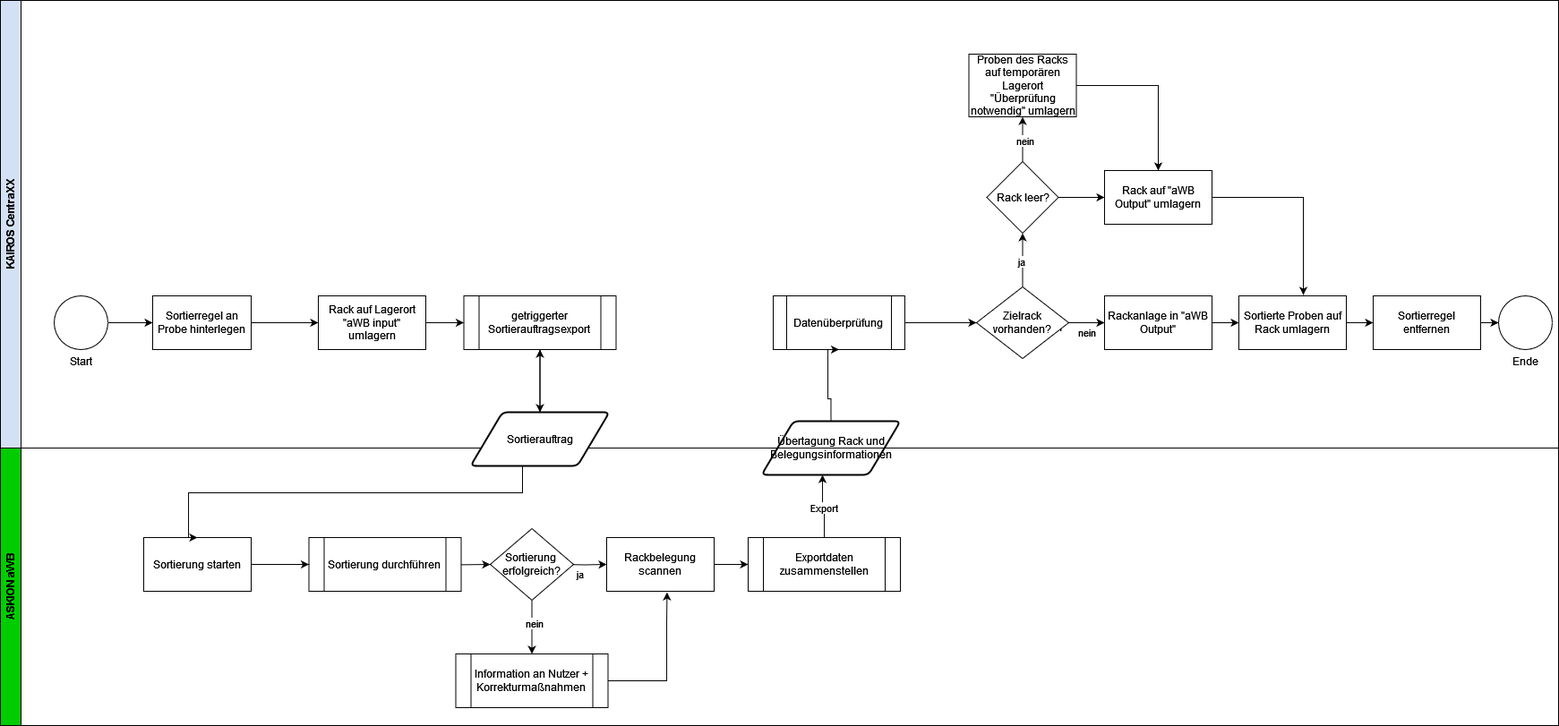
Earlier version of the draw.io export Unbenanntes Diagramm.drawio.png (schattschneiderm/ikcl). Source tidied: cells renumbered, new cells last; positions are measured from the earlier drawing's top-left corner, leaving out a move shared by most shapes.
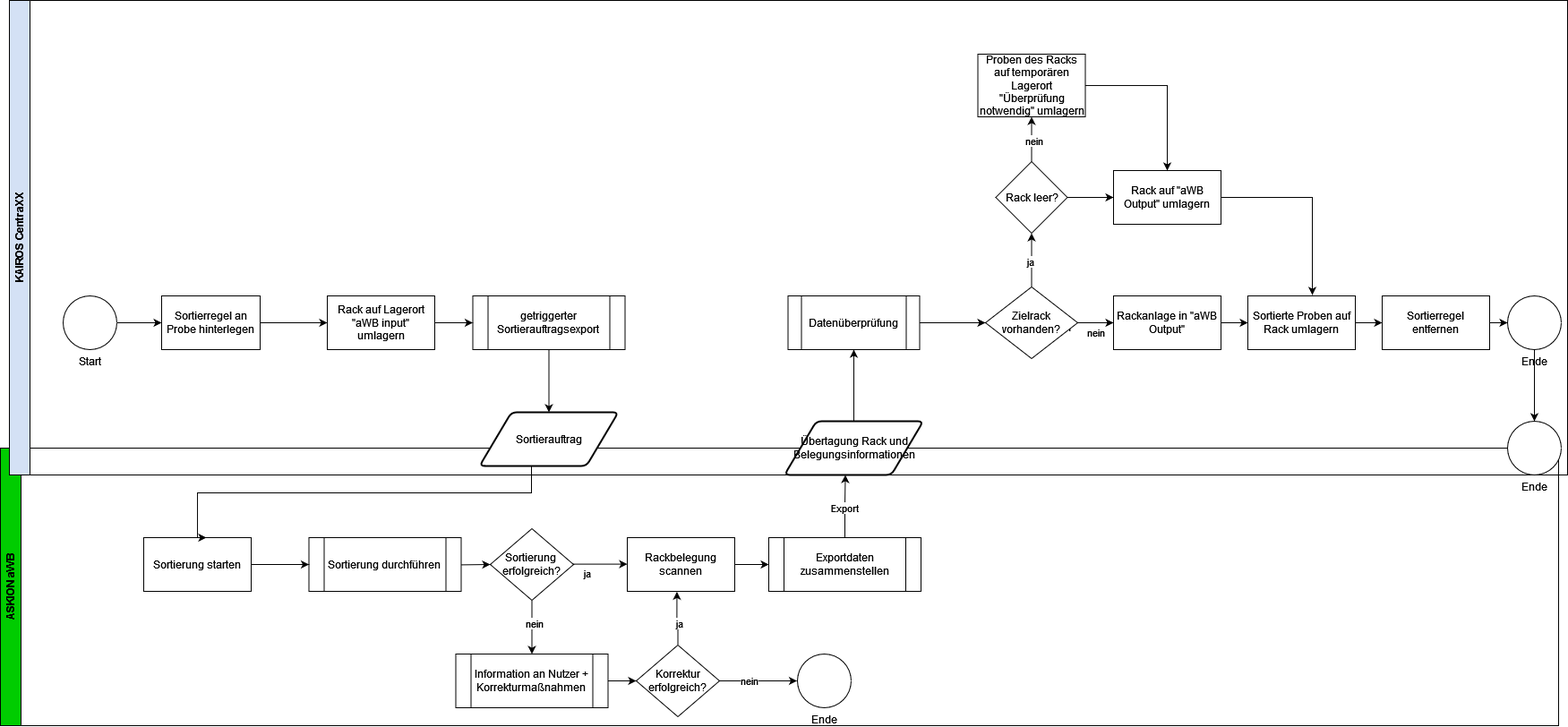
The same diagram one commit later.

The edit, as a diff of the source:
```diff
@@ -3,7 +3,7 @@
     <mxCell id="0" />
     <mxCell id="1" parent="0" />
     <mxCell id="2" value="ASKION aWB" style="swimlane;horizontal=0;whiteSpace=wrap;html=1;fillColor=#00CC00;" parent="1" vertex="1">
-      <mxGeometry y="500" width="1740" height="310" as="geometry" />
+      <mxGeometry x="-10" y="500" width="1740" height="310" as="geometry" />
     </mxCell>
     <mxCell id="3" value="Sortierung starten" style="rounded=0;whiteSpace=wrap;html=1;" parent="2" vertex="1">
       <mxGeometry x="160" y="100" width="120" height="60" as="geometry" />
@@ -14,9 +14,10 @@
     <mxCell id="5" value="nein" style="edgeLabel;html=1;align=center;verticalAlign=middle;" parent="4" vertex="1">
       <mxGeometry x="-0.16" y="2" relative="1" as="geometry" />
     </mxCell>
-    <mxCell id="6" style="edgeStyle=orthogonalEdgeStyle;rounded=0;jettySize=auto;html=1;entryX=0;entryY=0.5;entryDx=0;entryDy=0;" parent="2" edge="1" target="12">
+    <mxCell id="6" style="edgeStyle=orthogonalEdgeStyle;rounded=0;orthogonalLoop=1;jettySize=auto;html=1;entryX=0;entryY=0.5;entryDx=0;entryDy=0;" parent="2" edge="1">
       <mxGeometry relative="1" as="geometry">
-        <mxPoint x="627" y="130" as="sourcePoint" />
+        <mxPoint x="627" y="129.6" as="sourcePoint" />
+        <mxPoint x="700" y="129.6" as="targetPoint" />
       </mxGeometry>
     </mxCell>
     <mxCell id="7" value="ja" style="edgeLabel;html=1;align=center;verticalAlign=middle;" parent="6" vertex="1">
@@ -32,6 +33,9 @@
         <mxPoint x="467" y="130" as="sourcePoint" />
       </mxGeometry>
     </mxCell>
+    <mxCell id="55" style="edgeStyle=orthogonalEdgeStyle;rounded=0;jettySize=auto;html=1;entryX=0;entryY=0.5;entryDx=0;entryDy=0;" parent="2" edge="1" source="10" target="58">
+      <mxGeometry relative="1" as="geometry" />
+    </mxCell>
     <mxCell id="10" value="Information an Nutzer + Korrekturmaßnahmen" style="shape=process;whiteSpace=wrap;html=1;backgroundOutline=1;" parent="2" vertex="1">
       <mxGeometry x="508.5" y="230" width="170" height="60" as="geometry" />
     </mxCell>
@@ -39,37 +43,43 @@
       <mxGeometry relative="1" as="geometry" />
     </mxCell>
     <mxCell id="12" value="Rackbelegung scannen" style="whiteSpace=wrap;html=1;" parent="2" vertex="1">
-      <mxGeometry x="677" y="100" width="120" height="60" as="geometry" />
+      <mxGeometry x="700" y="100" width="120" height="60" as="geometry" />
     </mxCell>
     <mxCell id="13" value="Exportdaten zusammenstellen" style="shape=process;whiteSpace=wrap;html=1;backgroundOutline=1;" parent="2" vertex="1">
-      <mxGeometry x="835" y="100" width="170" height="60" as="geometry" />
+      <mxGeometry x="858" y="100" width="170" height="60" as="geometry" />
     </mxCell>
-    <mxCell id="14" style="edgeStyle=orthogonalEdgeStyle;rounded=0;jettySize=auto;html=1;entryX=0.439;entryY=1;entryDx=0;entryDy=0;entryPerimeter=0;" parent="2" edge="1" source="13" target="19">
-      <mxGeometry relative="1" as="geometry" />
-    </mxCell>
-    <mxCell id="15" value="Export" style="edgeLabel;html=1;align=center;verticalAlign=middle;" parent="14" vertex="1">
-      <mxGeometry x="-0.06" relative="1" as="geometry" />
-    </mxCell>
     <mxCell id="16" value="Sortierung durchführen" style="shape=process;whiteSpace=wrap;html=1;backgroundOutline=1;" parent="2" vertex="1">
       <mxGeometry x="344.5" y="100" width="170" height="60" as="geometry" />
     </mxCell>
     <mxCell id="17" style="edgeStyle=orthogonalEdgeStyle;rounded=0;jettySize=auto;html=1;" parent="2" edge="1" source="3" target="16">
       <mxGeometry relative="1" as="geometry" />
     </mxCell>
-    <mxCell id="18" style="edgeStyle=orthogonalEdgeStyle;rounded=0;jettySize=auto;html=1;entryX=0.562;entryY=1.02;entryDx=0;entryDy=0;entryPerimeter=0;" parent="2" edge="1" source="10" target="12">
-      <mxGeometry relative="1" as="geometry">
-        <Array as="points">
-          <mxPoint x="744" y="260" />
-          <mxPoint x="744" y="195" />
-        </Array>
-      </mxGeometry>
-    </mxCell>
-    <mxCell id="19" value="Übertagung Rack und Belegungsinformationen" style="shape=parallelogram;html=1;strokeWidth=2;perimeter=parallelogramPerimeter;whiteSpace=wrap;rounded=1;arcSize=12;size=0.23;" parent="2" vertex="1">
-      <mxGeometry x="850" y="-30" width="155" height="60" as="geometry" />
-    </mxCell>
+    <mxCell id="56" style="edgeStyle=orthogonalEdgeStyle;rounded=0;jettySize=auto;html=1;" parent="2" edge="1" source="58">
+      <mxGeometry relative="1" as="geometry">
+        <mxPoint x="889.5" y="260" as="targetPoint" />
+      </mxGeometry>
+    </mxCell>
+    <mxCell id="57" value="nein" style="edgeLabel;html=1;align=center;verticalAlign=middle;" parent="56" vertex="1">
+      <mxGeometry x="-0.25" relative="1" as="geometry" />
+    </mxCell>
+    <mxCell id="58" value="&lt;div&gt;Korrektur erfolgreich?&lt;/div&gt;" style="rhombus;whiteSpace=wrap;html=1;" parent="2" vertex="1">
+      <mxGeometry x="710" y="220" width="93" height="80" as="geometry" />
+    </mxCell>
+    <mxCell id="59" style="edgeStyle=orthogonalEdgeStyle;rounded=0;jettySize=auto;html=1;entryX=0.462;entryY=1.007;entryDx=0;entryDy=0;entryPerimeter=0;" parent="2" edge="1" source="58" target="12">
+      <mxGeometry relative="1" as="geometry" />
+    </mxCell>
+    <mxCell id="60" value="ja" style="edgeLabel;html=1;align=center;verticalAlign=middle;" parent="59" vertex="1">
+      <mxGeometry x="-0.22" y="-1" relative="1" as="geometry" />
+    </mxCell>
+    <mxCell id="61" value="Ende" style="verticalLabelPosition=bottom;verticalAlign=top;html=1;shape=mxgraph.flowchart.on-page_reference;" parent="2" vertex="1">
+      <mxGeometry x="890" y="230" width="60" height="60" as="geometry" />
+    </mxCell>
     <mxCell id="20" value="KAIROS CentraXX" style="swimlane;horizontal=0;whiteSpace=wrap;html=1;fillColor=#D4E1F5;" parent="1" vertex="1">
-      <mxGeometry width="1740" height="500" as="geometry" />
+      <mxGeometry width="1740" height="530" as="geometry" />
     </mxCell>
+    <mxCell id="62" style="edgeStyle=orthogonalEdgeStyle;rounded=0;jettySize=auto;html=1;" parent="20" edge="1" source="21" target="63">
+      <mxGeometry relative="1" as="geometry" />
+    </mxCell>
     <mxCell id="21" value="Ende" style="verticalLabelPosition=bottom;verticalAlign=top;html=1;shape=mxgraph.flowchart.on-page_reference;" parent="20" vertex="1">
       <mxGeometry x="1673" y="330" width="60" height="60" as="geometry" />
     </mxCell>
@@ -98,7 +108,7 @@
       <mxGeometry relative="1" as="geometry" />
     </mxCell>
     <mxCell id="30" value="Datenüberprüfung" style="shape=process;whiteSpace=wrap;html=1;backgroundOutline=1;" parent="20" vertex="1">
-      <mxGeometry x="863" y="330" width="147" height="60" as="geometry" />
+      <mxGeometry x="869.5" y="330" width="147" height="60" as="geometry" />
     </mxCell>
     <mxCell id="31" value="nein" style="edgeStyle=orthogonalEdgeStyle;rounded=0;jettySize=auto;html=1;" parent="20" edge="1" source="35">
       <mxGeometry x="0.01" y="-10" relative="1" as="geometry">
@@ -170,18 +180,16 @@
     <mxCell id="51" style="edgeStyle=orthogonalEdgeStyle;rounded=0;jettySize=auto;html=1;" parent="20" edge="1" source="22" target="50">
       <mxGeometry relative="1" as="geometry" />
     </mxCell>
-    <mxCell id="52" style="edgeStyle=orthogonalEdgeStyle;rounded=0;jettySize=auto;html=1;" parent="20" edge="1" source="50" target="22">
-      <mxGeometry relative="1" as="geometry" />
-    </mxCell>
-    <mxCell id="53" style="edgeStyle=orthogonalEdgeStyle;rounded=0;jettySize=auto;html=1;entryX=0.5;entryY=1;entryDx=0;entryDy=0;" parent="1" edge="1" source="19" target="30">
-      <mxGeometry relative="1" as="geometry">
-        <Array as="points">
-          <mxPoint x="928" y="445" />
-          <mxPoint x="924" y="445" />
-        </Array>
-      </mxGeometry>
+    <mxCell id="53" style="edgeStyle=orthogonalEdgeStyle;rounded=0;jettySize=auto;html=1;entryX=0.5;entryY=1;entryDx=0;entryDy=0;" parent="20" edge="1" source="19" target="30">
+      <mxGeometry relative="1" as="geometry" />
     </mxCell>
+    <mxCell id="19" value="Übertagung Rack und Belegungsinformationen" style="shape=parallelogram;html=1;strokeWidth=2;perimeter=parallelogramPerimeter;whiteSpace=wrap;rounded=1;arcSize=12;size=0.23;" parent="20" vertex="1">
+      <mxGeometry x="865.5" y="470" width="155" height="60" as="geometry" />
+    </mxCell>
+    <mxCell id="63" value="Ende" style="verticalLabelPosition=bottom;verticalAlign=top;html=1;shape=mxgraph.flowchart.on-page_reference;" parent="20" vertex="1">
+      <mxGeometry x="1673" y="470" width="60" height="60" as="geometry" />
+    </mxCell>
-    <mxCell id="54" style="edgeStyle=orthogonalEdgeStyle;rounded=0;jettySize=auto;html=1;entryX=0.5;entryY=0;entryDx=0;entryDy=0;" parent="1" edge="1" source="50" target="3">
+    <mxCell id="54" style="edgeStyle=orthogonalEdgeStyle;rounded=0;jettySize=auto;html=1;entryX=0.583;entryY=0;entryDx=0;entryDy=0;entryPerimeter=0;" parent="1" edge="1" source="50" target="3">
       <mxGeometry relative="1" as="geometry">
         <Array as="points">
           <mxPoint x="583" y="550" />
@@ -189,5 +197,11 @@
         </Array>
       </mxGeometry>
     </mxCell>
+    <mxCell id="14" style="edgeStyle=orthogonalEdgeStyle;rounded=0;jettySize=auto;html=1;entryX=0.439;entryY=1;entryDx=0;entryDy=0;entryPerimeter=0;" parent="1" edge="1" source="13" target="19">
+      <mxGeometry relative="1" as="geometry" />
+    </mxCell>
+    <mxCell id="15" value="Export" style="edgeLabel;html=1;align=center;verticalAlign=middle;" parent="14" vertex="1">
+      <mxGeometry x="-0.06" relative="1" as="geometry" />
+    </mxCell>
   </root>
 </mxGraphModel>
```
